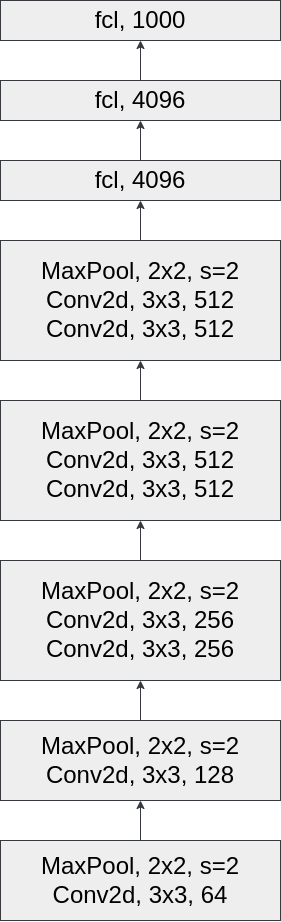
Earlier version of the draw.io export VGG-11.png (garrisonz/reproduce). Source tidied: cells renumbered, new cells last; positions are measured from the earlier drawing's top-left corner, leaving out a move shared by most shapes.
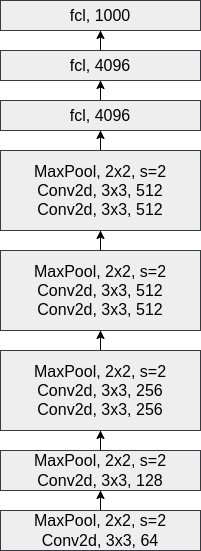
After the change.

The edit, as a diff of the source:
```diff
@@ -2,50 +2,50 @@
   <root>
     <mxCell id="0" />
     <mxCell id="1" parent="0" />
-    <mxCell id="2" style="edgeStyle=orthogonalEdgeStyle;rounded=0;jettySize=auto;html=1;fontSize=24;fillColor=#eeeeee;strokeColor=#36393d;" parent="1" edge="1" source="3" target="9">
+    <mxCell id="2" style="edgeStyle=orthogonalEdgeStyle;rounded=0;jettySize=auto;html=1;fontSize=16;" parent="1" edge="1" source="3" target="9">
       <mxGeometry relative="1" as="geometry" />
     </mxCell>
-    <mxCell id="3" value="MaxPool, 2x2, s=2&lt;br style=&quot;font-size: 24px;&quot;&gt;Conv2d, 3x3, 64" style="rounded=0;whiteSpace=wrap;html=1;fontSize=24;fillColor=#eeeeee;strokeColor=#36393d;" parent="1" vertex="1">
-      <mxGeometry y="840" width="280" height="80" as="geometry" />
+    <mxCell id="3" value="MaxPool, 2x2, s=2&lt;br style=&quot;font-size: 16px;&quot;&gt;Conv2d, 3x3, 64" style="rounded=0;whiteSpace=wrap;html=1;fontSize=16;fillColor=#eeeeee;strokeColor=#36393d;" parent="1" vertex="1">
+      <mxGeometry x="200" y="960" width="200" height="40" as="geometry" />
     </mxCell>
-    <mxCell id="4" style="edgeStyle=orthogonalEdgeStyle;rounded=0;jettySize=auto;html=1;fontSize=24;fillColor=#eeeeee;strokeColor=#36393d;" parent="1" edge="1" source="5" target="13">
-      <mxGeometry relative="1" as="geometry" />
-    </mxCell>
-    <mxCell id="5" value="MaxPool, 2x2, s=2&lt;br style=&quot;font-size: 24px;&quot;&gt;Conv2d, 3x3, 512&lt;br style=&quot;font-size: 24px;&quot;&gt;Conv2d, 3x3, 512" style="rounded=0;whiteSpace=wrap;html=1;fontSize=24;fillColor=#eeeeee;strokeColor=#36393d;" parent="1" vertex="1">
-      <mxGeometry y="400" width="280" height="120" as="geometry" />
-    </mxCell>
-    <mxCell id="6" style="edgeStyle=orthogonalEdgeStyle;rounded=0;jettySize=auto;html=1;fontSize=24;fillColor=#eeeeee;strokeColor=#36393d;" parent="1" edge="1" source="7" target="15">
-      <mxGeometry relative="1" as="geometry" />
-    </mxCell>
-    <mxCell id="7" value="fcl, 4096" style="rounded=0;whiteSpace=wrap;html=1;fontSize=24;fillColor=#eeeeee;strokeColor=#36393d;" parent="1" vertex="1">
-      <mxGeometry y="160" width="280" height="40" as="geometry" />
-    </mxCell>
-    <mxCell id="8" style="edgeStyle=orthogonalEdgeStyle;rounded=0;jettySize=auto;html=1;fontSize=24;fillColor=#eeeeee;strokeColor=#36393d;" parent="1" edge="1" source="9" target="11">
+    <mxCell id="8" style="edgeStyle=orthogonalEdgeStyle;rounded=0;jettySize=auto;html=1;fontSize=16;" parent="1" edge="1" source="9" target="11">
       <mxGeometry relative="1" as="geometry" />
     </mxCell>
-    <mxCell id="9" value="MaxPool, 2x2, s=2&lt;br&gt;Conv2d, 3x3, 128" style="rounded=0;whiteSpace=wrap;html=1;fontSize=24;fillColor=#eeeeee;strokeColor=#36393d;" parent="1" vertex="1">
-      <mxGeometry y="720" width="280" height="80" as="geometry" />
+    <mxCell id="9" value="MaxPool, 2x2, s=2&lt;br&gt;Conv2d, 3x3, 128" style="rounded=0;whiteSpace=wrap;html=1;fontSize=16;fillColor=#eeeeee;strokeColor=#36393d;" parent="1" vertex="1">
+      <mxGeometry x="200" y="900" width="200" height="40" as="geometry" />
     </mxCell>
-    <mxCell id="10" style="edgeStyle=orthogonalEdgeStyle;rounded=0;jettySize=auto;html=1;fontSize=24;fillColor=#eeeeee;strokeColor=#36393d;" parent="1" edge="1" source="11" target="5">
-      <mxGeometry relative="1" as="geometry" />
-    </mxCell>
+    <mxCell id="17" style="edgeStyle=orthogonalEdgeStyle;rounded=0;jettySize=auto;html=1;fontSize=16;" parent="1" edge="1" source="11" target="19">
+      <mxGeometry relative="1" as="geometry" />
+    </mxCell>
-    <mxCell id="11" value="MaxPool, 2x2, s=2&lt;br&gt;Conv2d, 3x3, 256&lt;br&gt;Conv2d, 3x3, 256" style="rounded=0;whiteSpace=wrap;html=1;fontSize=24;fillColor=#eeeeee;strokeColor=#36393d;" parent="1" vertex="1">
-      <mxGeometry y="560" width="280" height="120" as="geometry" />
+    <mxCell id="11" value="MaxPool, 2x2, s=2&lt;br style=&quot;font-size: 16px;&quot;&gt;Conv2d, 3x3, 256&lt;br style=&quot;font-size: 16px;&quot;&gt;Conv2d, 3x3, 256" style="rounded=0;whiteSpace=wrap;html=1;fontSize=16;fillColor=#eeeeee;strokeColor=#36393d;" parent="1" vertex="1">
+      <mxGeometry x="200" y="800" width="200" height="80" as="geometry" />
     </mxCell>
-    <mxCell id="12" style="edgeStyle=orthogonalEdgeStyle;rounded=0;jettySize=auto;html=1;fontSize=24;entryX=0.5;entryY=1;entryDx=0;entryDy=0;fillColor=#eeeeee;strokeColor=#36393d;" parent="1" edge="1" source="13" target="7">
-      <mxGeometry relative="1" as="geometry" />
-    </mxCell>
-    <mxCell id="13" value="MaxPool, 2x2, s=2&lt;br style=&quot;font-size: 24px;&quot;&gt;Conv2d, 3x3, 512&lt;br style=&quot;font-size: 24px;&quot;&gt;Conv2d, 3x3, 512" style="rounded=0;whiteSpace=wrap;html=1;fontSize=24;fillColor=#eeeeee;strokeColor=#36393d;" parent="1" vertex="1">
-      <mxGeometry y="240" width="280" height="120" as="geometry" />
-    </mxCell>
-    <mxCell id="14" style="edgeStyle=orthogonalEdgeStyle;rounded=0;jettySize=auto;html=1;fontSize=24;fillColor=#eeeeee;strokeColor=#36393d;" parent="1" edge="1" source="15" target="16">
-      <mxGeometry relative="1" as="geometry" />
-    </mxCell>
-    <mxCell id="15" value="fcl, 4096" style="rounded=0;whiteSpace=wrap;html=1;fontSize=24;fillColor=#eeeeee;strokeColor=#36393d;" parent="1" vertex="1">
-      <mxGeometry y="80" width="280" height="40" as="geometry" />
-    </mxCell>
+    <mxCell id="18" style="edgeStyle=orthogonalEdgeStyle;rounded=0;jettySize=auto;html=1;fontSize=16;" parent="1" edge="1" source="19" target="21">
+      <mxGeometry relative="1" as="geometry" />
+    </mxCell>
+    <mxCell id="19" value="MaxPool, 2x2, s=2&lt;br&gt;Conv2d, 3x3, 512&lt;br&gt;Conv2d, 3x3, 512" style="rounded=0;whiteSpace=wrap;html=1;fontSize=16;fillColor=#eeeeee;strokeColor=#36393d;" parent="1" vertex="1">
+      <mxGeometry x="200" y="700" width="200" height="80" as="geometry" />
+    </mxCell>
+    <mxCell id="20" style="edgeStyle=orthogonalEdgeStyle;rounded=0;jettySize=auto;html=1;fontSize=16;" parent="1" edge="1" source="21" target="23">
+      <mxGeometry relative="1" as="geometry" />
+    </mxCell>
+    <mxCell id="21" value="MaxPool, 2x2, s=2&lt;br&gt;Conv2d, 3x3, 512&lt;br&gt;Conv2d, 3x3, 512" style="rounded=0;whiteSpace=wrap;html=1;fontSize=16;fillColor=#eeeeee;strokeColor=#36393d;" parent="1" vertex="1">
+      <mxGeometry x="200" y="600" width="200" height="80" as="geometry" />
+    </mxCell>
+    <mxCell id="22" style="edgeStyle=orthogonalEdgeStyle;rounded=0;jettySize=auto;html=1;fontSize=16;" parent="1" edge="1" source="23" target="25">
+      <mxGeometry relative="1" as="geometry" />
+    </mxCell>
+    <mxCell id="23" value="fcl, 4096" style="rounded=0;whiteSpace=wrap;html=1;fontSize=16;fillColor=#eeeeee;strokeColor=#36393d;" parent="1" vertex="1">
+      <mxGeometry x="200" y="550" width="200" height="30" as="geometry" />
+    </mxCell>
+    <mxCell id="24" style="edgeStyle=orthogonalEdgeStyle;rounded=0;jettySize=auto;html=1;fontSize=16;" parent="1" edge="1" source="25" target="16">
+      <mxGeometry relative="1" as="geometry" />
+    </mxCell>
+    <mxCell id="25" value="fcl, 4096" style="rounded=0;whiteSpace=wrap;html=1;fontSize=16;fillColor=#eeeeee;strokeColor=#36393d;" parent="1" vertex="1">
+      <mxGeometry x="200" y="500" width="200" height="30" as="geometry" />
+    </mxCell>
-    <mxCell id="16" value="fcl, 1000" style="rounded=0;whiteSpace=wrap;html=1;fontSize=24;fillColor=#eeeeee;strokeColor=#36393d;" parent="1" vertex="1">
-      <mxGeometry width="280" height="40" as="geometry" />
+    <mxCell id="16" value="fcl, 1000" style="rounded=0;whiteSpace=wrap;html=1;fontSize=16;fillColor=#eeeeee;strokeColor=#36393d;" parent="1" vertex="1">
+      <mxGeometry x="200" y="450" width="200" height="30" as="geometry" />
     </mxCell>
   </root>
 </mxGraphModel>
```
